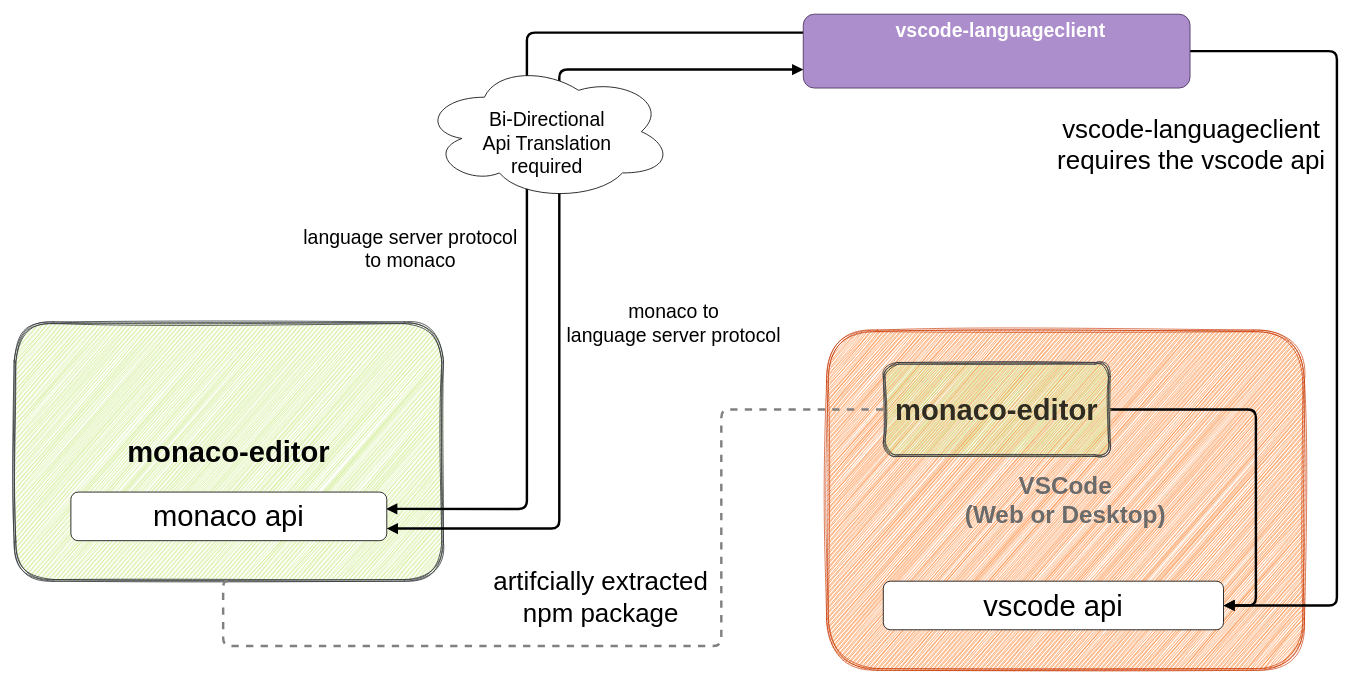
The draw.io diagram docs/diagrams/monaco-vscode-difference.drawio in TypeFox/monaco-languageclient, before the edit. Source tidied: cells renumbered, new cells numbered last; positions are measured from the earlier drawing's top-left corner, leaving out a move shared by most shapes. Both pictures are drawn from the tidied source at 81%, with x=0, y=0 at pixel (14, 14).
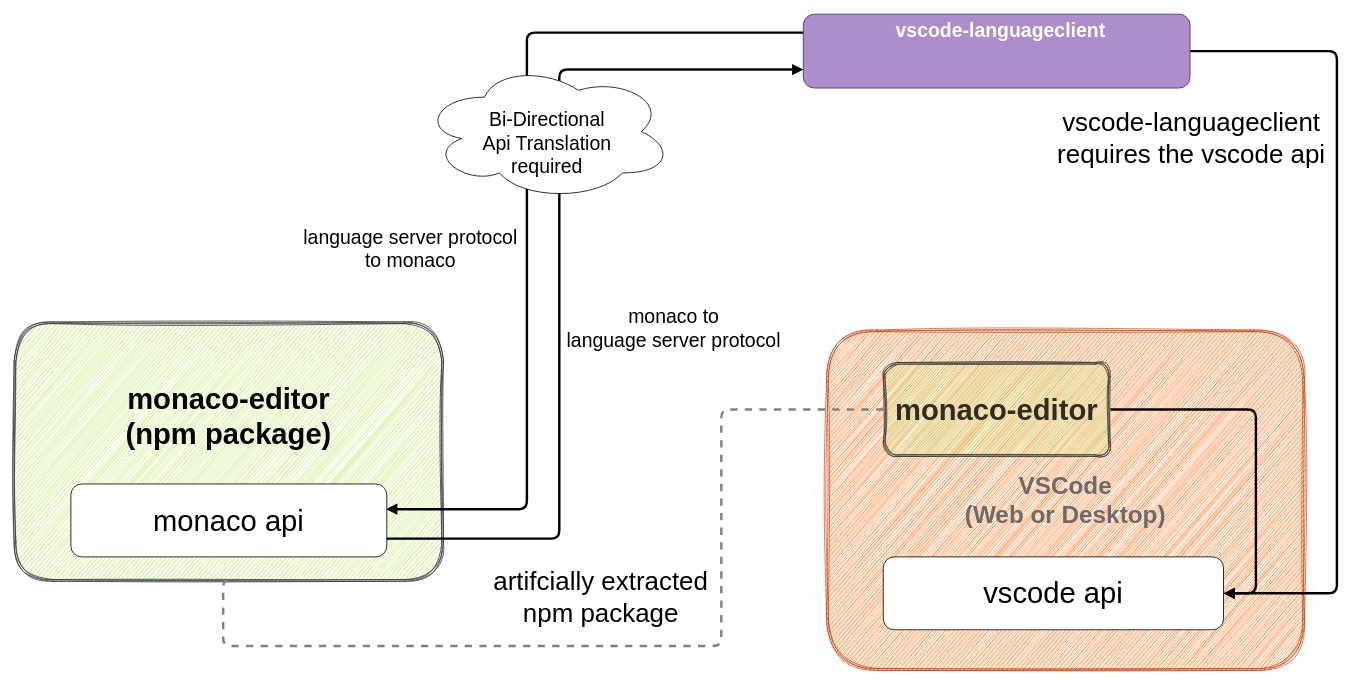
After the change.

The change refers to these unchanged cells:
```xml
<mxCell id="7" value="&lt;b&gt;vscode-languageclient&lt;/b&gt;" style="rounded=1;whiteSpace=wrap;html=1;verticalAlign=top;fontSize=24;fillColor=#AD8ECC;strokeColor=#432D57;fontColor=#ffffff;align=center;spacingLeft=10;" parent="1" vertex="1">
  <mxGeometry x="974.2" width="477.5" height="91.2" as="geometry" />
</mxCell>
<mxCell id="11" value="&lt;font style=&quot;font-size: 36px; color: rgb(0, 0, 0);&quot;&gt;&lt;b style=&quot;&quot;&gt;monaco-editor&lt;/b&gt;&lt;/font&gt;" style="shape=ext;double=1;rounded=1;whiteSpace=wrap;html=1;fontSize=24;fillColor=#cdeb8b;strokeColor=#36393d;shadow=0;glass=0;textOpacity=80;sketch=1;curveFitting=1;jiggle=2;" parent="1" vertex="1">
  <mxGeometry x="1073" y="430" width="280" height="116" as="geometry" />
</mxCell>
```

Change to the diagram source:
```diff
@@
-    <mxCell id="3" value="&lt;font style=&quot;font-size: 36px; color: rgb(3, 3, 3);&quot;&gt;&lt;b style=&quot;&quot;&gt;monaco-editor&lt;/b&gt;&lt;/font&gt;" style="shape=ext;double=1;rounded=1;whiteSpace=wrap;html=1;fontSize=24;fillColor=#cdeb8b;strokeColor=#36393d;shadow=0;glass=0;sketch=1;curveFitting=1;jiggle=2;" parent="1" vertex="1">
+    <mxCell id="3" value="&lt;font style=&quot;font-size: 36px; color: rgb(3, 3, 3);&quot;&gt;&lt;b style=&quot;&quot;&gt;monaco-editor&lt;/b&gt;&lt;/font&gt;&lt;div&gt;&lt;font style=&quot;font-size: 36px; color: rgb(3, 3, 3);&quot;&gt;&lt;b style=&quot;&quot;&gt;(npm package)&lt;/b&gt;&lt;/font&gt;&lt;/div&gt;&lt;div&gt;&lt;font style=&quot;font-size: 36px; color: rgb(3, 3, 3);&quot;&gt;&lt;b style=&quot;&quot;&gt;&lt;br&gt;&lt;/b&gt;&lt;/font&gt;&lt;/div&gt;&lt;div&gt;&lt;font style=&quot;font-size: 36px; color: rgb(3, 3, 3);&quot;&gt;&lt;b style=&quot;&quot;&gt;&lt;br&gt;&lt;/b&gt;&lt;/font&gt;&lt;/div&gt;" style="shape=ext;double=1;rounded=1;whiteSpace=wrap;html=1;fontSize=24;fillColor=#cdeb8b;strokeColor=#36393d;shadow=0;glass=0;sketch=1;curveFitting=1;jiggle=2;" parent="1" vertex="1">
       <mxGeometry y="380" width="530" height="320" as="geometry" />
     </mxCell>
     <mxCell id="4" style="edgeStyle=orthogonalEdgeStyle;rounded=1;jettySize=auto;html=1;entryX=1;entryY=0.5;entryDx=0;entryDy=0;strokeWidth=3;curved=0;endArrow=block;endFill=1;exitX=1;exitY=0.5;exitDx=0;exitDy=0;" parent="1" edge="1" source="7" target="13">
       <mxGeometry relative="1" as="geometry">
         <Array as="points">
           <mxPoint x="1633" y="46" />
-          <mxPoint x="1633" y="730" />
+          <mxPoint x="1633" y="715" />
         </Array>
       </mxGeometry>
     </mxCell>
@@
-    <mxCell id="6" style="edgeStyle=orthogonalEdgeStyle;rounded=1;jettySize=auto;html=1;entryX=0.998;entryY=0.346;entryDx=0;entryDy=0;strokeColor=default;curved=0;strokeWidth=3;endArrow=block;endFill=1;startArrow=none;startFill=0;exitX=0;exitY=0.25;exitDx=0;exitDy=0;entryPerimeter=0;" parent="1" edge="1" source="7" target="12">
+    <mxCell id="6" style="edgeStyle=orthogonalEdgeStyle;rounded=1;jettySize=auto;html=1;entryX=0.998;entryY=0.346;entryDx=0;entryDy=0;strokeColor=default;curved=0;strokeWidth=3;endArrow=block;endFill=1;startArrow=none;startFill=0;entryPerimeter=0;exitX=0;exitY=0.25;exitDx=0;exitDy=0;" parent="1" edge="1" source="7" target="12">
       <mxGeometry relative="1" as="geometry">
         <Array as="points">
           <mxPoint x="633" y="23" />
           <mxPoint x="633" y="611" />
         </Array>
       </mxGeometry>
     </mxCell>
@@
     <mxCell id="10" style="edgeStyle=orthogonalEdgeStyle;rounded=1;jettySize=auto;html=1;entryX=1;entryY=0.5;entryDx=0;entryDy=0;exitX=1;exitY=0.5;exitDx=0;exitDy=0;strokeWidth=3;endArrow=block;endFill=1;curved=0;" parent="1" edge="1" source="11" target="13">
       <mxGeometry relative="1" as="geometry">
         <Array as="points">
           <mxPoint x="1533" y="488" />
-          <mxPoint x="1533" y="730" />
+          <mxPoint x="1533" y="715" />
         </Array>
       </mxGeometry>
     </mxCell>
@@
     <mxCell id="12" value="&lt;font style=&quot;font-size: 36px;&quot;&gt;monaco api&lt;/font&gt;" style="rounded=1;whiteSpace=wrap;html=1;" parent="1" vertex="1">
-      <mxGeometry x="70" y="590" width="390" height="60" as="geometry" />
+      <mxGeometry x="70" y="580" width="390" height="90" as="geometry" />
     </mxCell>
     <mxCell id="13" value="&lt;font style=&quot;font-size: 36px;&quot;&gt;vscode api&lt;/font&gt;" style="rounded=1;whiteSpace=wrap;html=1;" parent="1" vertex="1">
-      <mxGeometry x="1073" y="700" width="420" height="60" as="geometry" />
+      <mxGeometry x="1073" y="670" width="420" height="90" as="geometry" />
     </mxCell>
-    <mxCell id="14" style="edgeStyle=orthogonalEdgeStyle;rounded=1;jettySize=auto;html=1;entryX=1;entryY=0.75;entryDx=0;entryDy=0;curved=0;strokeWidth=3;endArrow=block;endFill=1;exitX=0;exitY=0.75;exitDx=0;exitDy=0;startArrow=block;startFill=1;" parent="1" edge="1" source="7" target="12">
+    <mxCell id="14" style="edgeStyle=orthogonalEdgeStyle;rounded=1;jettySize=auto;html=1;entryX=1;entryY=0.75;entryDx=0;entryDy=0;curved=0;strokeWidth=3;endArrow=none;endFill=0;exitX=0;exitY=0.75;exitDx=0;exitDy=0;startArrow=block;startFill=1;" parent="1" edge="1" source="7" target="12">
       <mxGeometry relative="1" as="geometry">
         <Array as="points">
           <mxPoint x="673" y="68" />
-          <mxPoint x="673" y="635" />
+          <mxPoint x="673" y="648" />
+          <mxPoint x="460" y="648" />
         </Array>
       </mxGeometry>
     </mxCell>
```
